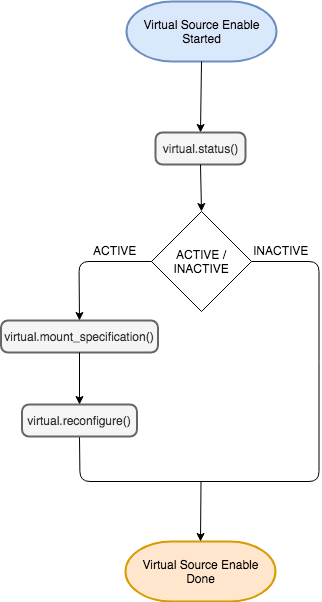
Earlier version of the draw.io export docs/References/images/VirtualSourceEnable.png (delphix/virtualization-sdk). Source tidied: cells renumbered, new cells last; positions are measured from the earlier drawing's top-left corner, leaving out a move shared by most shapes.
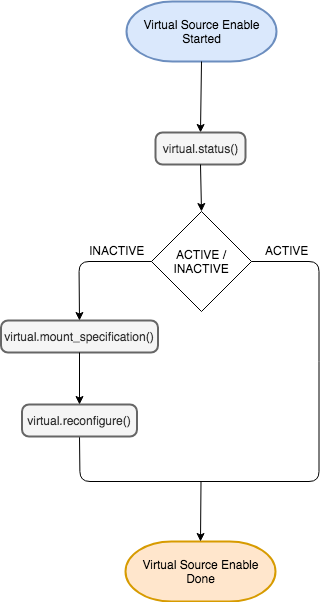
Above is the later version.

Commit message:
Fix VirtualSourceEnable workflow

The edit, as a diff of the source:
```diff
@@ -14,11 +14,11 @@
     <mxCell id="5" style="endArrow=classic;html=1;exitX=0.5;exitY=1;exitDx=0;exitDy=0;exitPerimeter=0;entryX=0.5;entryY=0;entryDx=0;entryDy=0;" parent="1" edge="1" source="3" target="13">
       <mxGeometry relative="1" as="geometry" />
     </mxCell>
-    <mxCell id="6" value="ACTIVE" style="text;html=1;align=left;verticalAlign=top;spacingTop=-4;" parent="1" vertex="1">
-      <mxGeometry x="90" y="240" width="60" height="20" as="geometry" />
+    <mxCell id="6" value="INACTIVE" style="text;html=1;align=left;verticalAlign=top;spacingTop=-4;" parent="1" vertex="1">
+      <mxGeometry x="86" y="240" width="70" height="20" as="geometry" />
     </mxCell>
-    <mxCell id="7" value="INACTIVE" style="text;html=1;align=left;verticalAlign=top;spacingTop=-4;" parent="1" vertex="1">
-      <mxGeometry x="250" y="240" width="70" height="20" as="geometry" />
+    <mxCell id="7" value="ACTIVE" style="text;html=1;align=left;verticalAlign=top;spacingTop=-4;" parent="1" vertex="1">
+      <mxGeometry x="262" y="240" width="60" height="20" as="geometry" />
     </mxCell>
     <mxCell id="8" value="virtual.mount_specification()" style="rounded=1;whiteSpace=wrap;html=1;absoluteArcSize=1;arcSize=14;strokeWidth=2;fillColor=#f5f5f5;strokeColor=#666666;fontColor=#333333;" parent="1" vertex="1">
       <mxGeometry x="-0.5" y="319" width="157" height="32" as="geometry" />
```
